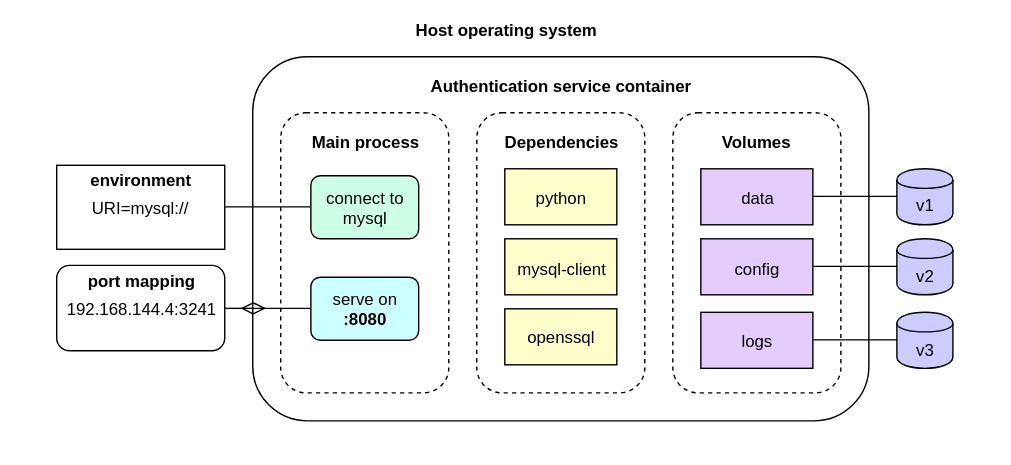
piotrpersona/etcd-core keeps this draw.io diagram as svg/container.svg. Above is the earlier version. Source tidied: cells renumbered, new cells last; positions are measured from the earlier drawing's top-left corner, leaving out a move shared by most shapes.
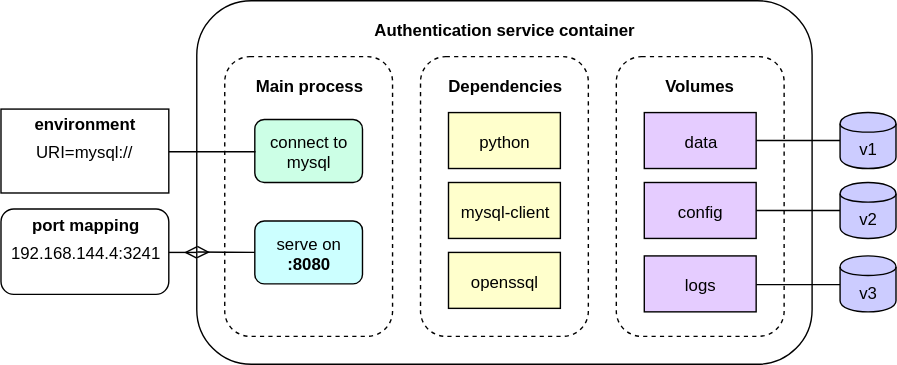
The same file after the commit.

Commit message:
Improve container diagram

What changed in the source:
```diff
@@ -2,102 +2,96 @@
   <root>
     <mxCell id="0" />
     <mxCell id="1" parent="0" />
-    <mxCell id="2" style="rounded=1;whiteSpace=wrap;html=1;fillColor=none;strokeColor=none;" parent="1" vertex="1">
-      <mxGeometry width="720" height="330" as="geometry" />
+    <mxCell id="2" style="rounded=1;whiteSpace=wrap;html=1;fillColor=none;" parent="1" vertex="1">
+      <mxGeometry x="180" y="40" width="440" height="260" as="geometry" />
     </mxCell>
-    <mxCell id="3" style="rounded=1;whiteSpace=wrap;html=1;fillColor=none;" parent="1" vertex="1">
-      <mxGeometry x="180" y="40" width="440" height="260" as="geometry" />
+    <mxCell id="3" style="rounded=1;whiteSpace=wrap;html=1;fillColor=none;dashed=1;" parent="1" vertex="1">
+      <mxGeometry x="340" y="80" width="120" height="200" as="geometry" />
     </mxCell>
     <mxCell id="4" style="rounded=1;whiteSpace=wrap;html=1;fillColor=none;dashed=1;" parent="1" vertex="1">
-      <mxGeometry x="340" y="80" width="120" height="200" as="geometry" />
+      <mxGeometry x="200" y="80" width="120" height="200" as="geometry" />
     </mxCell>
-    <mxCell id="5" style="rounded=1;whiteSpace=wrap;html=1;fillColor=none;dashed=1;" parent="1" vertex="1">
-      <mxGeometry x="200" y="80" width="120" height="200" as="geometry" />
+    <mxCell id="5" value="python" style="rounded=0;whiteSpace=wrap;html=1;fillColor=#FFFFCC;" parent="1" vertex="1">
+      <mxGeometry x="360" y="120" width="80" height="40" as="geometry" />
     </mxCell>
-    <mxCell id="6" value="python" style="rounded=0;whiteSpace=wrap;html=1;fillColor=#FFFFCC;" parent="1" vertex="1">
-      <mxGeometry x="360" y="120" width="80" height="40" as="geometry" />
+    <mxCell id="6" value="mysql-client" style="rounded=0;whiteSpace=wrap;html=1;fillColor=#FFFFCC;" parent="1" vertex="1">
+      <mxGeometry x="360" y="170" width="80" height="40" as="geometry" />
     </mxCell>
-    <mxCell id="7" value="mysql-client" style="rounded=0;whiteSpace=wrap;html=1;fillColor=#FFFFCC;" parent="1" vertex="1">
-      <mxGeometry x="360" y="170" width="80" height="40" as="geometry" />
+    <mxCell id="7" value="openssql" style="rounded=0;whiteSpace=wrap;html=1;fillColor=#FFFFCC;" parent="1" vertex="1">
+      <mxGeometry x="360" y="220" width="80" height="40" as="geometry" />
     </mxCell>
-    <mxCell id="8" value="openssql" style="rounded=0;whiteSpace=wrap;html=1;fillColor=#FFFFCC;" parent="1" vertex="1">
-      <mxGeometry x="360" y="220" width="80" height="40" as="geometry" />
+    <mxCell id="8" value="&lt;b&gt;Dependencies&lt;/b&gt;" style="text;html=1;strokeColor=none;fillColor=none;align=center;verticalAlign=middle;whiteSpace=wrap;rounded=0;" parent="1" vertex="1">
+      <mxGeometry x="340" y="80" width="120" height="40" as="geometry" />
     </mxCell>
-    <mxCell id="9" value="&lt;b&gt;Dependencies&lt;/b&gt;" style="text;html=1;strokeColor=none;fillColor=none;align=center;verticalAlign=middle;whiteSpace=wrap;rounded=0;" parent="1" vertex="1">
-      <mxGeometry x="340" y="80" width="120" height="40" as="geometry" />
+    <mxCell id="9" style="edgeStyle=orthogonalEdgeStyle;curved=1;rounded=0;jettySize=auto;html=1;exitX=0;exitY=0.5;exitDx=0;exitDy=0;entryX=1;entryY=0.5;entryDx=0;entryDy=0;endArrow=ERmany;endFill=0;startArrow=none;startFill=0;" parent="1" edge="1" source="10">
+      <mxGeometry relative="1" as="geometry">
+        <mxPoint x="180.3" y="219.7" as="targetPoint" />
+      </mxGeometry>
     </mxCell>
-    <mxCell id="10" style="edgeStyle=orthogonalEdgeStyle;curved=1;rounded=0;jettySize=auto;html=1;exitX=0;exitY=0.5;exitDx=0;exitDy=0;entryX=1;entryY=0.5;entryDx=0;entryDy=0;endArrow=ERmany;endFill=0;startArrow=none;startFill=0;" parent="1" edge="1" source="11">
-      <mxGeometry relative="1" as="geometry">
-        <mxPoint x="180.3" y="219.7" as="targetPoint" />
-      </mxGeometry>
+    <mxCell id="10" value="serve on&lt;br&gt;&lt;b&gt;:8080&lt;/b&gt;&lt;br&gt;" style="rounded=1;whiteSpace=wrap;html=1;fillColor=#CCFFFF;" parent="1" vertex="1">
+      <mxGeometry x="221.5" y="197.5" width="77" height="45" as="geometry" />
     </mxCell>
-    <mxCell id="11" value="serve on&lt;br&gt;&lt;b&gt;:8080&lt;/b&gt;&lt;br&gt;" style="rounded=1;whiteSpace=wrap;html=1;fillColor=#CCFFFF;" parent="1" vertex="1">
-      <mxGeometry x="221.5" y="197.5" width="77" height="45" as="geometry" />
+    <mxCell id="11" value="connect to mysql" style="rounded=1;whiteSpace=wrap;html=1;fillColor=#CCFFE6;" parent="1" vertex="1">
+      <mxGeometry x="221.5" y="125" width="77" height="45" as="geometry" />
     </mxCell>
-    <mxCell id="12" value="connect to mysql" style="rounded=1;whiteSpace=wrap;html=1;fillColor=#CCFFE6;" parent="1" vertex="1">
-      <mxGeometry x="221.5" y="125" width="77" height="45" as="geometry" />
+    <mxCell id="12" value="&lt;b&gt;Main process&lt;/b&gt;" style="text;html=1;strokeColor=none;fillColor=none;align=center;verticalAlign=middle;whiteSpace=wrap;rounded=0;" parent="1" vertex="1">
+      <mxGeometry x="200" y="80" width="120" height="40" as="geometry" />
     </mxCell>
-    <mxCell id="13" value="&lt;b&gt;Main process&lt;/b&gt;" style="text;html=1;strokeColor=none;fillColor=none;align=center;verticalAlign=middle;whiteSpace=wrap;rounded=0;" parent="1" vertex="1">
-      <mxGeometry x="200" y="80" width="120" height="40" as="geometry" />
+    <mxCell id="13" value="&lt;b&gt;Authentication service container&lt;/b&gt;" style="text;html=1;strokeColor=none;fillColor=none;align=center;verticalAlign=middle;whiteSpace=wrap;rounded=0;" parent="1" vertex="1">
+      <mxGeometry x="180" y="40" width="440" height="40" as="geometry" />
     </mxCell>
-    <mxCell id="14" value="&lt;b&gt;Authentication service container&lt;/b&gt;" style="text;html=1;strokeColor=none;fillColor=none;align=center;verticalAlign=middle;whiteSpace=wrap;rounded=0;" parent="1" vertex="1">
-      <mxGeometry x="180" y="40" width="440" height="40" as="geometry" />
+    <mxCell id="14" style="edgeStyle=orthogonalEdgeStyle;curved=1;rounded=0;jettySize=auto;html=1;exitX=1;exitY=0.5;exitDx=0;exitDy=0;entryX=0;entryY=0.5;entryDx=0;entryDy=0;startArrow=none;startFill=0;endArrow=none;endFill=0;strokeColor=#000000;" parent="1" edge="1" source="15" target="11">
+      <mxGeometry relative="1" as="geometry" />
     </mxCell>
-    <mxCell id="15" style="edgeStyle=orthogonalEdgeStyle;curved=1;rounded=0;jettySize=auto;html=1;exitX=1;exitY=0.5;exitDx=0;exitDy=0;entryX=0;entryY=0.5;entryDx=0;entryDy=0;startArrow=none;startFill=0;endArrow=none;endFill=0;strokeColor=#000000;" parent="1" edge="1" source="16" target="12">
-      <mxGeometry relative="1" as="geometry" />
+    <mxCell id="15" value="URI=mysql://" style="rounded=0;whiteSpace=wrap;html=1;fillColor=#ffffff;" parent="1" vertex="1">
+      <mxGeometry x="40" y="117.5" width="120" height="60" as="geometry" />
     </mxCell>
-    <mxCell id="16" value="URI=mysql://" style="rounded=0;whiteSpace=wrap;html=1;fillColor=#ffffff;" parent="1" vertex="1">
-      <mxGeometry x="40" y="117.5" width="120" height="60" as="geometry" />
+    <mxCell id="16" value="&lt;b&gt;environment&lt;/b&gt;" style="text;html=1;strokeColor=none;fillColor=none;align=center;verticalAlign=middle;whiteSpace=wrap;rounded=0;" parent="1" vertex="1">
+      <mxGeometry x="40" y="117.5" width="120" height="20" as="geometry" />
     </mxCell>
-    <mxCell id="17" value="&lt;b&gt;environment&lt;/b&gt;" style="text;html=1;strokeColor=none;fillColor=none;align=center;verticalAlign=middle;whiteSpace=wrap;rounded=0;" parent="1" vertex="1">
-      <mxGeometry x="40" y="117.5" width="120" height="20" as="geometry" />
+    <mxCell id="17" style="rounded=1;whiteSpace=wrap;html=1;fillColor=none;dashed=1;" parent="1" vertex="1">
+      <mxGeometry x="480" y="80" width="120" height="200" as="geometry" />
     </mxCell>
-    <mxCell id="18" style="rounded=1;whiteSpace=wrap;html=1;fillColor=none;dashed=1;" parent="1" vertex="1">
-      <mxGeometry x="480" y="80" width="120" height="200" as="geometry" />
+    <mxCell id="18" value="&lt;b&gt;Volumes&lt;/b&gt;" style="text;html=1;strokeColor=none;fillColor=none;align=center;verticalAlign=middle;whiteSpace=wrap;rounded=0;" parent="1" vertex="1">
+      <mxGeometry x="480" y="80" width="120" height="40" as="geometry" />
     </mxCell>
-    <mxCell id="19" value="&lt;b&gt;Volumes&lt;/b&gt;" style="text;html=1;strokeColor=none;fillColor=none;align=center;verticalAlign=middle;whiteSpace=wrap;rounded=0;" parent="1" vertex="1">
-      <mxGeometry x="480" y="80" width="120" height="40" as="geometry" />
+    <mxCell id="19" style="edgeStyle=orthogonalEdgeStyle;curved=1;rounded=0;jettySize=auto;html=1;exitX=1;exitY=0.5;exitDx=0;exitDy=0;entryX=0;entryY=0.5;entryDx=0;entryDy=0;startArrow=none;startFill=0;endArrow=none;endFill=0;" parent="1" edge="1" source="20" target="25">
+      <mxGeometry relative="1" as="geometry" />
     </mxCell>
-    <mxCell id="20" style="edgeStyle=orthogonalEdgeStyle;curved=1;rounded=0;jettySize=auto;html=1;exitX=1;exitY=0.5;exitDx=0;exitDy=0;entryX=0;entryY=0.5;entryDx=0;entryDy=0;startArrow=none;startFill=0;endArrow=none;endFill=0;" parent="1" edge="1" source="21" target="26">
-      <mxGeometry relative="1" as="geometry" />
+    <mxCell id="20" value="data" style="rounded=0;whiteSpace=wrap;html=1;fillColor=#E5CCFF;" parent="1" vertex="1">
+      <mxGeometry x="500" y="120" width="80" height="40" as="geometry" />
     </mxCell>
-    <mxCell id="21" value="data" style="rounded=0;whiteSpace=wrap;html=1;fillColor=#E5CCFF;" parent="1" vertex="1">
-      <mxGeometry x="500" y="120" width="80" height="40" as="geometry" />
+    <mxCell id="21" style="edgeStyle=orthogonalEdgeStyle;curved=1;rounded=0;jettySize=auto;html=1;exitX=1;exitY=0.5;exitDx=0;exitDy=0;entryX=0;entryY=0.5;entryDx=0;entryDy=0;startArrow=none;startFill=0;endArrow=none;endFill=0;" parent="1" edge="1" source="22" target="26">
+      <mxGeometry relative="1" as="geometry" />
     </mxCell>
-    <mxCell id="22" style="edgeStyle=orthogonalEdgeStyle;curved=1;rounded=0;jettySize=auto;html=1;exitX=1;exitY=0.5;exitDx=0;exitDy=0;entryX=0;entryY=0.5;entryDx=0;entryDy=0;startArrow=none;startFill=0;endArrow=none;endFill=0;" parent="1" edge="1" source="23" target="27">
-      <mxGeometry relative="1" as="geometry" />
+    <mxCell id="22" value="config" style="rounded=0;whiteSpace=wrap;html=1;fillColor=#E5CCFF;" parent="1" vertex="1">
+      <mxGeometry x="500" y="170" width="80" height="40" as="geometry" />
     </mxCell>
-    <mxCell id="23" value="config" style="rounded=0;whiteSpace=wrap;html=1;fillColor=#E5CCFF;" parent="1" vertex="1">
-      <mxGeometry x="500" y="170" width="80" height="40" as="geometry" />
+    <mxCell id="23" style="edgeStyle=orthogonalEdgeStyle;curved=1;rounded=0;jettySize=auto;html=1;exitX=1;exitY=0.5;exitDx=0;exitDy=0;entryX=0;entryY=0.5;entryDx=0;entryDy=0;startArrow=none;startFill=0;endArrow=none;endFill=0;" parent="1" edge="1" source="24" target="27">
+      <mxGeometry relative="1" as="geometry" />
     </mxCell>
-    <mxCell id="24" style="edgeStyle=orthogonalEdgeStyle;curved=1;rounded=0;jettySize=auto;html=1;exitX=1;exitY=0.5;exitDx=0;exitDy=0;entryX=0;entryY=0.5;entryDx=0;entryDy=0;startArrow=none;startFill=0;endArrow=none;endFill=0;" parent="1" edge="1" source="25" target="28">
-      <mxGeometry relative="1" as="geometry" />
+    <mxCell id="24" value="logs" style="rounded=0;whiteSpace=wrap;html=1;fillColor=#E5CCFF;" parent="1" vertex="1">
+      <mxGeometry x="500" y="222.5" width="80" height="40" as="geometry" />
     </mxCell>
-    <mxCell id="25" value="logs" style="rounded=0;whiteSpace=wrap;html=1;fillColor=#E5CCFF;" parent="1" vertex="1">
-      <mxGeometry x="500" y="222.5" width="80" height="40" as="geometry" />
+    <mxCell id="25" value="v1" style="shape=cylinder;whiteSpace=wrap;html=1;boundedLbl=1;backgroundOutline=1;rounded=0;fillColor=#CCCCFF;" parent="1" vertex="1">
+      <mxGeometry x="640" y="120" width="40" height="40" as="geometry" />
     </mxCell>
-    <mxCell id="26" value="v1" style="shape=cylinder;whiteSpace=wrap;html=1;boundedLbl=1;backgroundOutline=1;rounded=0;fillColor=#CCCCFF;" parent="1" vertex="1">
-      <mxGeometry x="640" y="120" width="40" height="40" as="geometry" />
+    <mxCell id="26" value="v2" style="shape=cylinder;whiteSpace=wrap;html=1;boundedLbl=1;backgroundOutline=1;rounded=0;fillColor=#CCCCFF;" parent="1" vertex="1">
+      <mxGeometry x="640" y="170" width="40" height="40" as="geometry" />
     </mxCell>
-    <mxCell id="27" value="v2" style="shape=cylinder;whiteSpace=wrap;html=1;boundedLbl=1;backgroundOutline=1;rounded=0;fillColor=#CCCCFF;" parent="1" vertex="1">
-      <mxGeometry x="640" y="170" width="40" height="40" as="geometry" />
+    <mxCell id="27" value="v3" style="shape=cylinder;whiteSpace=wrap;html=1;boundedLbl=1;backgroundOutline=1;rounded=0;fillColor=#CCCCFF;" parent="1" vertex="1">
+      <mxGeometry x="640" y="222.5" width="40" height="40" as="geometry" />
     </mxCell>
-    <mxCell id="28" value="v3" style="shape=cylinder;whiteSpace=wrap;html=1;boundedLbl=1;backgroundOutline=1;rounded=0;fillColor=#CCCCFF;" parent="1" vertex="1">
-      <mxGeometry x="640" y="222.5" width="40" height="40" as="geometry" />
+    <mxCell id="28" style="edgeStyle=orthogonalEdgeStyle;curved=1;rounded=0;jettySize=auto;html=1;exitX=1;exitY=0.5;exitDx=0;exitDy=0;startArrow=none;startFill=0;endArrow=ERmany;endFill=0;" parent="1" edge="1" source="29">
+      <mxGeometry relative="1" as="geometry">
+        <mxPoint x="180" y="220" as="targetPoint" />
+      </mxGeometry>
     </mxCell>
-    <mxCell id="29" style="edgeStyle=orthogonalEdgeStyle;curved=1;rounded=0;jettySize=auto;html=1;exitX=1;exitY=0.5;exitDx=0;exitDy=0;startArrow=none;startFill=0;endArrow=ERmany;endFill=0;" parent="1" edge="1" source="30">
-      <mxGeometry relative="1" as="geometry">
-        <mxPoint x="180.3" y="219.7" as="targetPoint" />
-      </mxGeometry>
+    <mxCell id="29" value="&lt;span&gt;192.168.144.4:3241&lt;/span&gt;" style="rounded=1;whiteSpace=wrap;html=1;" parent="1" vertex="1">
+      <mxGeometry x="40" y="189" width="120" height="61" as="geometry" />
     </mxCell>
-    <mxCell id="30" value="&lt;span&gt;192.168.144.4:3241&lt;/span&gt;" style="rounded=1;whiteSpace=wrap;html=1;" parent="1" vertex="1">
-      <mxGeometry x="40" y="189" width="120" height="61" as="geometry" />
+    <mxCell id="30" value="&lt;b&gt;port mapping&lt;/b&gt;" style="text;html=1;strokeColor=none;fillColor=none;align=center;verticalAlign=middle;whiteSpace=wrap;rounded=0;" parent="1" vertex="1">
+      <mxGeometry x="40" y="189.5" width="120" height="20" as="geometry" />
     </mxCell>
-    <mxCell id="31" value="&lt;b&gt;port mapping&lt;/b&gt;" style="text;html=1;strokeColor=none;fillColor=none;align=center;verticalAlign=middle;whiteSpace=wrap;rounded=0;" parent="1" vertex="1">
-      <mxGeometry x="40" y="189.5" width="120" height="20" as="geometry" />
-    </mxCell>
-    <mxCell id="32" value="&lt;b&gt;Host operating system&lt;/b&gt;" style="text;html=1;strokeColor=none;fillColor=none;align=center;verticalAlign=middle;whiteSpace=wrap;rounded=0;" parent="1" vertex="1">
-      <mxGeometry width="720" height="40" as="geometry" />
-    </mxCell>
   </root>
 </mxGraphModel>
```
